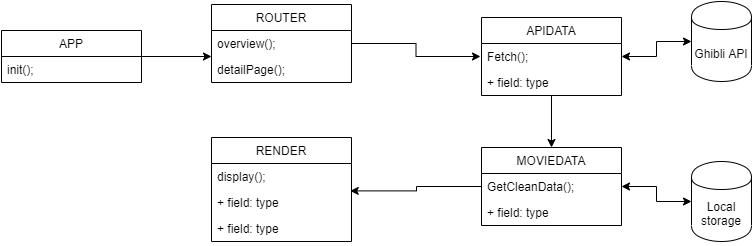
Earlier version of the draw.io export diagrams/Ghibli_actor_diagram.png (heralt/web-app-from-scratch-1920). Source tidied: cells renumbered, new cells last; positions are measured from the earlier drawing's top-left corner, leaving out a move shared by most shapes.
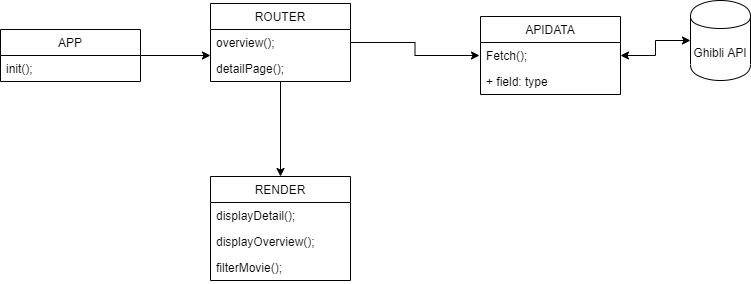
Above is the later version.

Commit message:
added use of transperancy

The edit, as a diff of the source:
```diff
@@ -30,9 +30,6 @@
     <mxCell id="9" value="detailPage();" style="text;strokeColor=none;fillColor=none;align=left;verticalAlign=top;spacingLeft=4;spacingRight=4;overflow=hidden;points=[[0,0.5],[1,0.5]];portConstraint=eastwest;" parent="7" vertex="1">
       <mxGeometry y="52" width="140" height="26" as="geometry" />
     </mxCell>
-    <mxCell id="10" style="edgeStyle=orthogonalEdgeStyle;rounded=0;jettySize=auto;html=1;entryX=0.5;entryY=0;entryDx=0;entryDy=0;" parent="1" edge="1" source="11" target="22">
-      <mxGeometry relative="1" as="geometry" />
-    </mxCell>
     <mxCell id="11" value="APIDATA" style="swimlane;fontStyle=0;horizontal=1;startSize=26;fillColor=none;" parent="1" vertex="1">
       <mxGeometry x="480" y="16" width="140" height="78" as="geometry" />
     </mxCell>
@@ -42,38 +39,23 @@
     <mxCell id="13" value="+ field: type" style="text;strokeColor=none;fillColor=none;align=left;verticalAlign=top;spacingLeft=4;spacingRight=4;overflow=hidden;" parent="11" vertex="1">
       <mxGeometry y="52" width="140" height="26" as="geometry" />
     </mxCell>
-    <mxCell id="14" value="Local storage" style="shape=cylinder;whiteSpace=wrap;html=1;boundedLbl=1;backgroundOutline=1;" parent="1" vertex="1">
-      <mxGeometry x="690" y="160" width="60" height="80" as="geometry" />
-    </mxCell>
     <mxCell id="15" style="edgeStyle=orthogonalEdgeStyle;rounded=0;jettySize=auto;html=1;exitX=1;exitY=0.5;exitDx=0;exitDy=0;entryX=0;entryY=0.5;entryDx=0;entryDy=0;startArrow=classic;startFill=1;" parent="1" edge="1" source="12" target="2">
       <mxGeometry relative="1" as="geometry" />
     </mxCell>
-    <mxCell id="16" style="edgeStyle=orthogonalEdgeStyle;rounded=0;jettySize=auto;html=1;exitX=1;exitY=0.5;exitDx=0;exitDy=0;entryX=0;entryY=0.5;entryDx=0;entryDy=0;strokeWidth=1;startArrow=classic;startFill=1;" parent="1" edge="1" source="23" target="14">
-      <mxGeometry relative="1" as="geometry" />
-    </mxCell>
+    <mxCell id="25" style="endArrow=classic;html=1;entryX=0.5;entryY=0;entryDx=0;entryDy=0;" parent="1" edge="1" source="9" target="17">
+      <mxGeometry relative="1" as="geometry" />
+    </mxCell>
     <mxCell id="17" value="RENDER" style="swimlane;fontStyle=0;horizontal=1;startSize=26;fillColor=none;" parent="1" vertex="1">
-      <mxGeometry x="210" y="136" width="140" height="104" as="geometry" />
+      <mxGeometry x="210" y="176" width="140" height="104" as="geometry" />
     </mxCell>
-    <mxCell id="18" value="display();" style="text;strokeColor=none;fillColor=none;align=left;verticalAlign=top;spacingLeft=4;spacingRight=4;overflow=hidden;" parent="17" vertex="1">
+    <mxCell id="18" value="displayDetail();" style="text;strokeColor=none;fillColor=none;align=left;verticalAlign=top;spacingLeft=4;spacingRight=4;overflow=hidden;" parent="17" vertex="1">
       <mxGeometry y="26" width="140" height="26" as="geometry" />
     </mxCell>
-    <mxCell id="19" value="+ field: type" style="text;strokeColor=none;fillColor=none;align=left;verticalAlign=top;spacingLeft=4;spacingRight=4;overflow=hidden;points=[[0,0.5],[1,0.5]];portConstraint=eastwest;" parent="17" vertex="1">
+    <mxCell id="19" value="displayOverview();" style="text;strokeColor=none;fillColor=none;align=left;verticalAlign=top;spacingLeft=4;spacingRight=4;overflow=hidden;points=[[0,0.5],[1,0.5]];portConstraint=eastwest;" parent="17" vertex="1">
       <mxGeometry y="52" width="140" height="26" as="geometry" />
     </mxCell>
-    <mxCell id="20" value="+ field: type" style="text;strokeColor=none;fillColor=none;align=left;verticalAlign=top;spacingLeft=4;spacingRight=4;overflow=hidden;" parent="17" vertex="1">
+    <mxCell id="20" value="filterMovie();" style="text;strokeColor=none;fillColor=none;align=left;verticalAlign=top;spacingLeft=4;spacingRight=4;overflow=hidden;" parent="17" vertex="1">
       <mxGeometry y="78" width="140" height="26" as="geometry" />
     </mxCell>
-    <mxCell id="21" style="edgeStyle=orthogonalEdgeStyle;rounded=0;jettySize=auto;html=1;entryX=0.991;entryY=0.054;entryDx=0;entryDy=0;entryPerimeter=0;" parent="1" edge="1" source="22" target="19">
-      <mxGeometry relative="1" as="geometry" />
-    </mxCell>
-    <mxCell id="22" value="MOVIEDATA" style="swimlane;fontStyle=0;horizontal=1;startSize=26;fillColor=none;" parent="1" vertex="1">
-      <mxGeometry x="480" y="146" width="140" height="78" as="geometry" />
-    </mxCell>
-    <mxCell id="23" value="GetCleanData();" style="text;strokeColor=none;fillColor=none;align=left;verticalAlign=top;spacingLeft=4;spacingRight=4;overflow=hidden;points=[[0,0.5],[1,0.5]];portConstraint=eastwest;" parent="22" vertex="1">
-      <mxGeometry y="26" width="140" height="26" as="geometry" />
-    </mxCell>
-    <mxCell id="24" value="+ field: type" style="text;strokeColor=none;fillColor=none;align=left;verticalAlign=top;spacingLeft=4;spacingRight=4;overflow=hidden;" parent="22" vertex="1">
-      <mxGeometry y="52" width="140" height="26" as="geometry" />
-    </mxCell>
   </root>
 </mxGraphModel>
```
